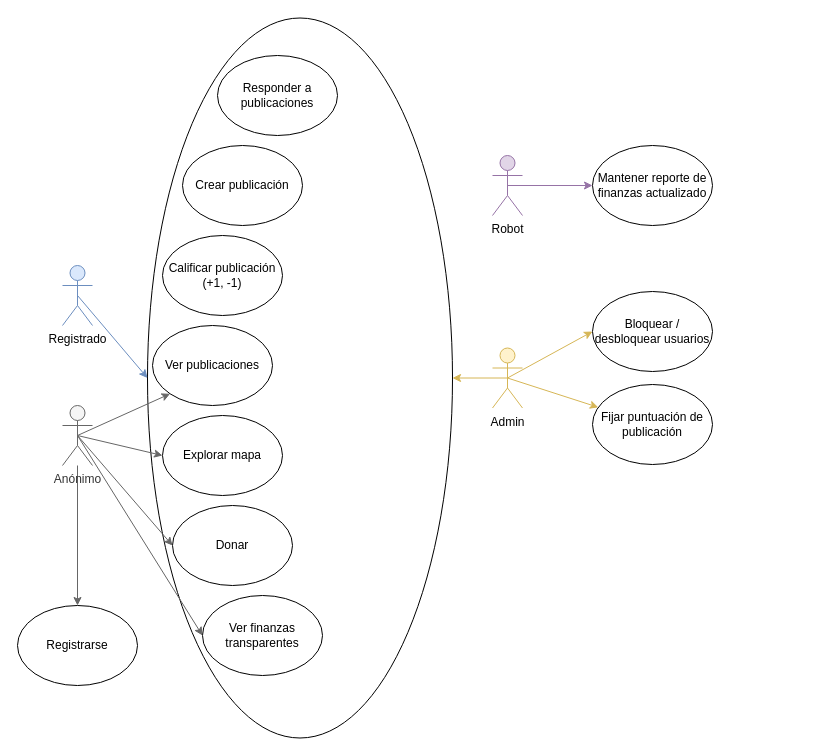
Earlier version of the draw.io diagram draw.io/CasosDeUso.drawio (drakuno/diagramas-patitas). Source tidied: cells renumbered, new cells numbered last; positions are measured from the earlier drawing's top-left corner, leaving out a move shared by most shapes. Both pictures are drawn from the tidied source at 100%, with x=0, y=0 at pixel (-60, 55).
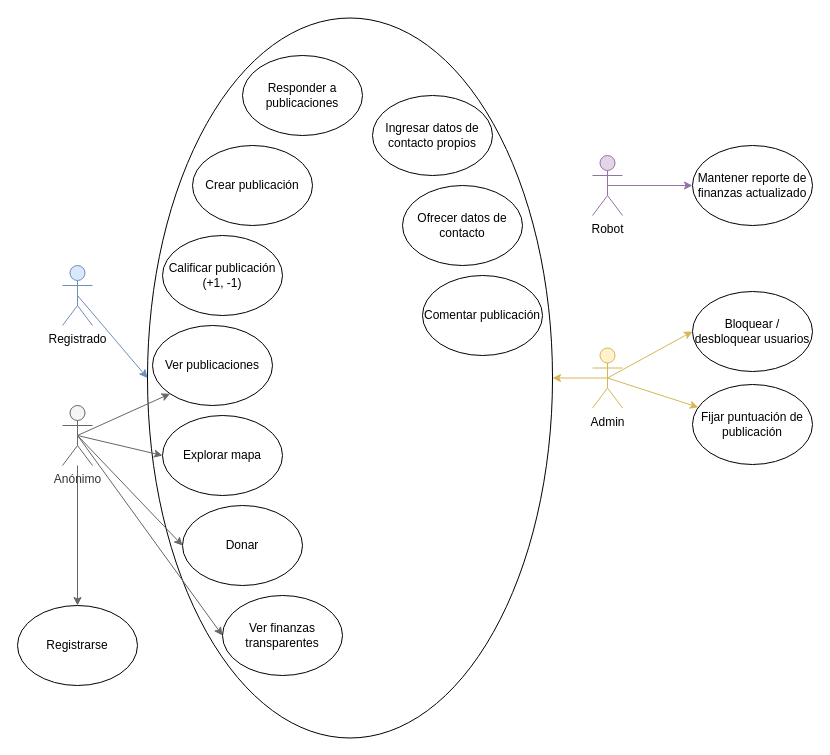
Above is the later version.

What changed in the source:
```diff
@@
     <mxCell id="2" style="ellipse;whiteSpace=wrap;html=1;rotation=90;fillColor=none;" parent="1" vertex="1">
-      <mxGeometry x="-0.5" y="170" width="720" height="305" as="geometry" />
+      <mxGeometry x="49.5" y="120" width="720" height="405" as="geometry" />
     </mxCell>
@@
     <mxCell id="13" value="&lt;div&gt;Crear publicación&lt;/div&gt;" style="ellipse;whiteSpace=wrap;html=1;" parent="1" vertex="1">
-      <mxGeometry x="242" y="90" width="120" height="80" as="geometry" />
+      <mxGeometry x="252" y="90" width="120" height="80" as="geometry" />
     </mxCell>
     <mxCell id="14" value="Responder a publicaciones" style="ellipse;whiteSpace=wrap;html=1;" parent="1" vertex="1">
-      <mxGeometry x="277" width="120" height="80" as="geometry" />
+      <mxGeometry x="302" width="120" height="80" as="geometry" />
     </mxCell>
@@
     <mxCell id="16" value="Donar" style="ellipse;whiteSpace=wrap;html=1;" parent="1" vertex="1">
-      <mxGeometry x="232" y="450" width="120" height="80" as="geometry" />
+      <mxGeometry x="242" y="450" width="120" height="80" as="geometry" />
     </mxCell>
     <mxCell id="17" value="Ver finanzas transparentes" style="ellipse;whiteSpace=wrap;html=1;" parent="1" vertex="1">
-      <mxGeometry x="262" y="540" width="120" height="80" as="geometry" />
+      <mxGeometry x="282" y="540" width="120" height="80" as="geometry" />
     </mxCell>
@@
-    <mxCell id="21" style="edgeStyle=orthogonalEdgeStyle;rounded=0;jettySize=auto;html=1;exitX=0.5;exitY=0.5;exitDx=0;exitDy=0;exitPerimeter=0;entryX=0.5;entryY=0;entryDx=0;entryDy=0;fillColor=#fff2cc;strokeColor=#d6b656;" parent="1" edge="1" source="22" target="2">
-      <mxGeometry relative="1" as="geometry" />
+    <mxCell id="21" style="edgeStyle=orthogonalEdgeStyle;rounded=0;jettySize=auto;html=1;exitX=0.5;exitY=0.5;exitDx=0;exitDy=0;exitPerimeter=0;entryX=0.5;entryY=0;entryDx=0;entryDy=0;fillColor=#fff2cc;strokeColor=#d6b656;" parent="1" edge="1" source="22">
+      <mxGeometry relative="1" as="geometry">
+        <mxPoint x="612" y="322.5" as="targetPoint" />
+      </mxGeometry>
     </mxCell>
     <mxCell id="22" value="Admin" style="shape=umlActor;verticalLabelPosition=bottom;verticalAlign=top;html=1;outlineConnect=0;fillColor=#fff2cc;strokeColor=#d6b656;" parent="1" vertex="1">
-      <mxGeometry x="552" y="292.5" width="30" height="60" as="geometry" />
+      <mxGeometry x="652" y="292.5" width="30" height="60" as="geometry" />
     </mxCell>
     <mxCell id="23" value="Fijar puntuación de publicación" style="ellipse;whiteSpace=wrap;html=1;" parent="1" vertex="1">
-      <mxGeometry x="652" y="329" width="120" height="80" as="geometry" />
+      <mxGeometry x="752" y="329" width="120" height="80" as="geometry" />
     </mxCell>
     <mxCell id="24" value="Bloquear / desbloquear usuarios" style="ellipse;whiteSpace=wrap;html=1;" parent="1" vertex="1">
-      <mxGeometry x="652" y="236" width="120" height="80" as="geometry" />
+      <mxGeometry x="752" y="236" width="120" height="80" as="geometry" />
     </mxCell>
@@
     <mxCell id="26" value="Robot" style="shape=umlActor;verticalLabelPosition=bottom;verticalAlign=top;html=1;outlineConnect=0;fillColor=#e1d5e7;strokeColor=#9673a6;" parent="1" vertex="1">
-      <mxGeometry x="552" y="100" width="30" height="60" as="geometry" />
+      <mxGeometry x="652" y="100" width="30" height="60" as="geometry" />
     </mxCell>
     <mxCell id="27" value="Mantener reporte de finanzas actualizado" style="ellipse;whiteSpace=wrap;html=1;" parent="1" vertex="1">
-      <mxGeometry x="652" y="90" width="120" height="80" as="geometry" />
+      <mxGeometry x="752" y="90" width="120" height="80" as="geometry" />
     </mxCell>
+    <mxCell id="28" value="Ofrecer datos de contacto" style="ellipse;whiteSpace=wrap;html=1;" parent="1" vertex="1">
+      <mxGeometry x="462" y="130" width="120" height="80" as="geometry" />
+    </mxCell>
+    <mxCell id="29" value="&lt;div&gt;Comentar publicación&lt;/div&gt;" style="ellipse;whiteSpace=wrap;html=1;" parent="1" vertex="1">
+      <mxGeometry x="482" y="220" width="120" height="80" as="geometry" />
+    </mxCell>
+    <mxCell id="30" value="Ingresar datos de contacto propios" style="ellipse;whiteSpace=wrap;html=1;" parent="1" vertex="1">
+      <mxGeometry x="432" y="40" width="120" height="80" as="geometry" />
+    </mxCell>
```
